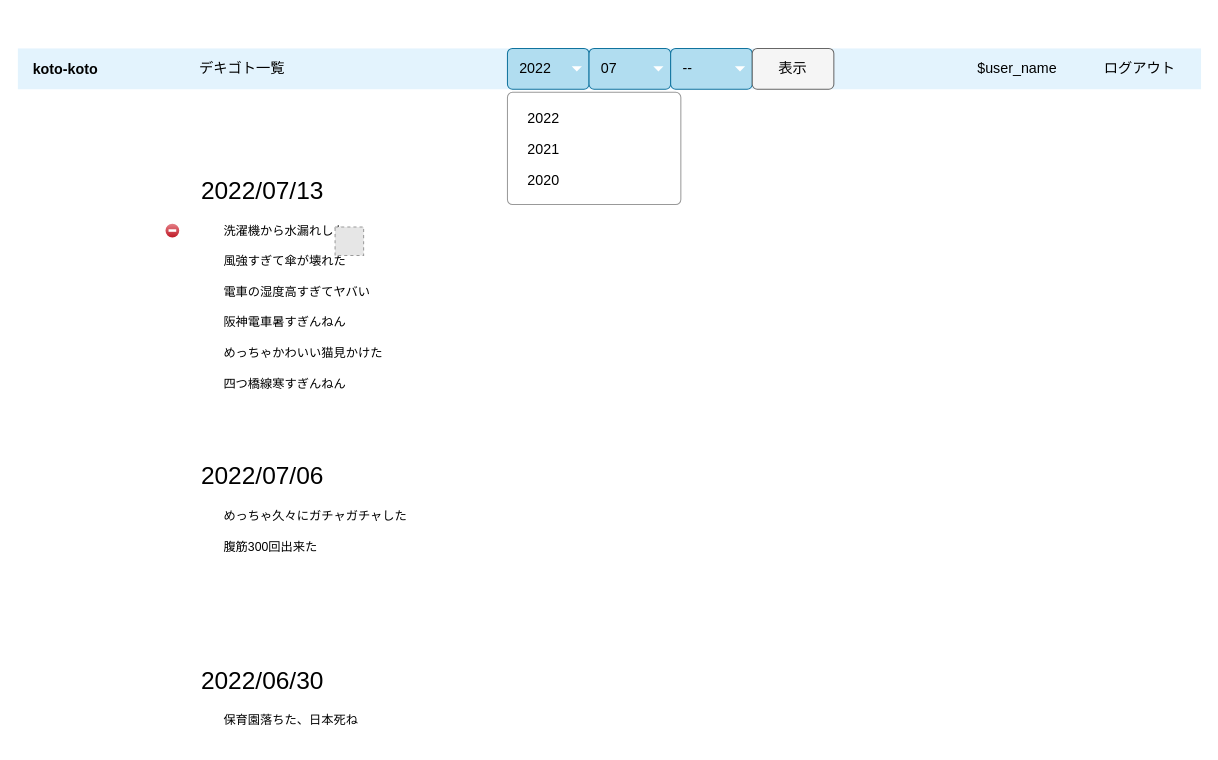
Before: page "デキゴト一覧" (4 of 5) of 名称未設定ファイル.drawio in omoikanelulu/Three_good_things, a draw.io diagram. Source tidied: cells renumbered, new cells numbered last; positions are measured from the earlier drawing's top-left corner, leaving out a move shared by most shapes. Both pictures are drawn from the tidied source at 102%, with x=0, y=0 at pixel (17, 48). Pictures stored in the file or linked from it are replaced by grey dashed boxes.
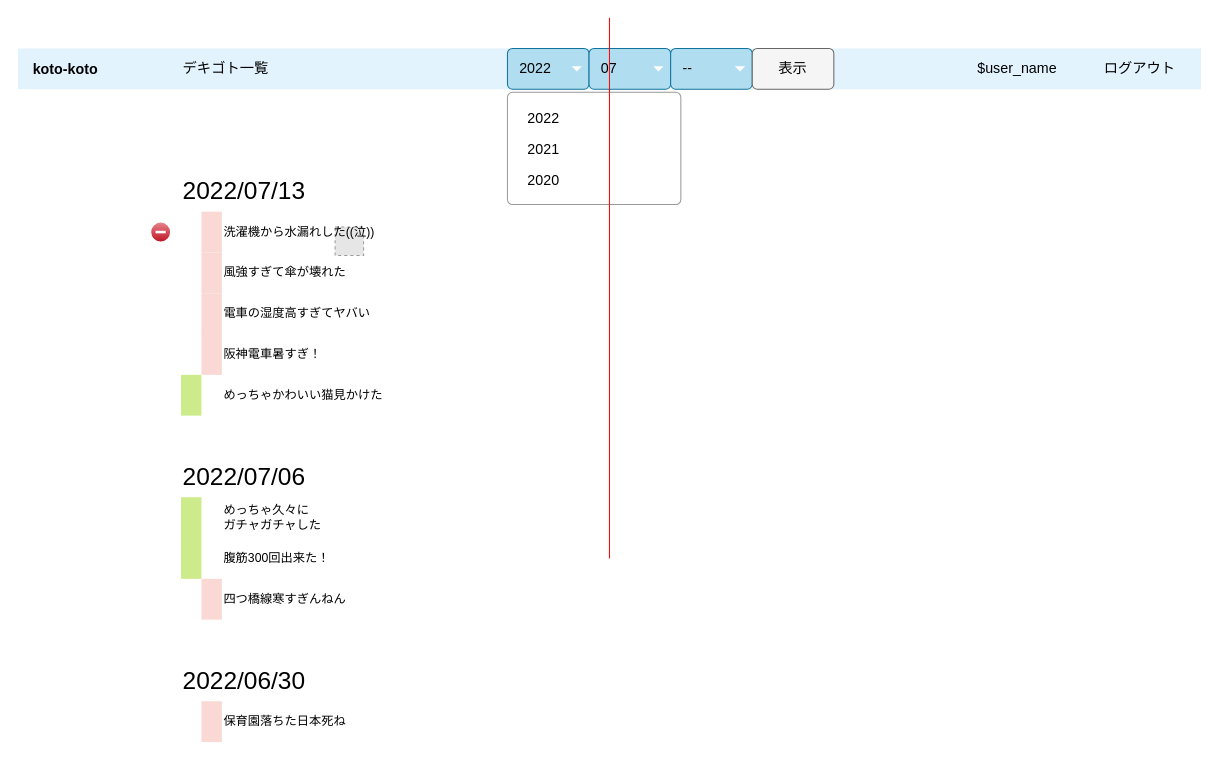
Above is the later version.

The edit, as a diff of the source:
```diff
@@
-    <mxCell id="3" value="&lt;span style=&quot;font-size: 24px;&quot;&gt;2022/07/13&lt;br&gt;&lt;/span&gt;" style="text;html=1;strokeColor=none;fillColor=none;align=center;verticalAlign=middle;whiteSpace=wrap;rounded=0;fontColor=default;" parent="1" vertex="1">
+    <mxCell id="3" value="&lt;span style=&quot;font-size: 24px;&quot;&gt;2022/07/13&lt;br&gt;&lt;/span&gt;" style="text;html=1;strokeColor=none;fillColor=none;align=left;verticalAlign=middle;whiteSpace=wrap;rounded=0;fontColor=default;" parent="1" vertex="1">
       <mxGeometry x="160" y="120" width="160" height="40" as="geometry" />
     </mxCell>
-    <mxCell id="4" value="&lt;span style=&quot;font-size: 24px;&quot;&gt;2022/07/06&lt;br&gt;&lt;/span&gt;" style="text;html=1;strokeColor=none;fillColor=none;align=center;verticalAlign=middle;whiteSpace=wrap;rounded=0;fontColor=default;" parent="1" vertex="1">
+    <mxCell id="4" value="&lt;span style=&quot;font-size: 24px;&quot;&gt;2022/07/06&lt;br&gt;&lt;/span&gt;" style="text;html=1;strokeColor=none;fillColor=none;align=left;verticalAlign=middle;whiteSpace=wrap;rounded=0;fontColor=default;" parent="1" vertex="1">
       <mxGeometry x="160" y="400" width="160" height="40" as="geometry" />
     </mxCell>
-    <mxCell id="5" value="&lt;span style=&quot;font-size: 24px;&quot;&gt;2022/06/30&lt;br&gt;&lt;/span&gt;" style="text;html=1;strokeColor=none;fillColor=none;align=center;verticalAlign=middle;whiteSpace=wrap;rounded=0;fontColor=default;" parent="1" vertex="1">
+    <mxCell id="5" value="&lt;span style=&quot;font-size: 24px;&quot;&gt;2022/06/30&lt;br&gt;&lt;/span&gt;" style="text;html=1;strokeColor=none;fillColor=none;align=left;verticalAlign=middle;whiteSpace=wrap;rounded=0;fontColor=default;" parent="1" vertex="1">
       <mxGeometry x="160" y="600" width="160" height="40" as="geometry" />
     </mxCell>
-    <mxCell id="6" value="&lt;span style=&quot;font-size: 12px;&quot;&gt;洗濯機から水漏れした&lt;/span&gt;" style="text;html=1;strokeColor=none;fillColor=none;align=left;verticalAlign=middle;whiteSpace=wrap;rounded=0;fontSize=24;fontColor=default;imageVerticalAlign=middle;" parent="1" vertex="1">
-      <mxGeometry x="200" y="160" width="240" height="30" as="geometry" />
-    </mxCell>
-    <mxCell id="7" value="&lt;span style=&quot;font-size: 12px;&quot;&gt;腹筋300回出来た&lt;/span&gt;" style="text;html=1;strokeColor=none;fillColor=none;align=left;verticalAlign=middle;whiteSpace=wrap;rounded=0;fontSize=24;fontColor=default;" parent="1" vertex="1">
-      <mxGeometry x="200" y="470" width="240" height="30" as="geometry" />
-    </mxCell>
-    <mxCell id="8" value="&lt;span style=&quot;font-size: 12px;&quot;&gt;風強すぎて傘が壊れた&lt;/span&gt;" style="text;html=1;strokeColor=none;fillColor=none;align=left;verticalAlign=middle;whiteSpace=wrap;rounded=0;fontSize=24;fontColor=default;" parent="1" vertex="1">
-      <mxGeometry x="200" y="190" width="240" height="30" as="geometry" />
-    </mxCell>
-    <mxCell id="9" value="&lt;span style=&quot;font-size: 12px;&quot;&gt;電車の湿度高すぎてヤバい&lt;/span&gt;" style="text;html=1;strokeColor=none;fillColor=none;align=left;verticalAlign=middle;whiteSpace=wrap;rounded=0;fontSize=24;fontColor=default;" parent="1" vertex="1">
-      <mxGeometry x="200" y="220" width="240" height="30" as="geometry" />
-    </mxCell>
-    <mxCell id="10" value="&lt;span style=&quot;font-size: 12px;&quot;&gt;阪神電車暑すぎんねん&lt;/span&gt;" style="text;html=1;strokeColor=none;fillColor=none;align=left;verticalAlign=middle;whiteSpace=wrap;rounded=0;fontSize=24;fontColor=default;" parent="1" vertex="1">
-      <mxGeometry x="200" y="250" width="240" height="30" as="geometry" />
-    </mxCell>
-    <mxCell id="11" value="&lt;span style=&quot;font-size: 12px;&quot;&gt;めっちゃかわいい猫見かけた&lt;/span&gt;" style="text;html=1;strokeColor=none;fillColor=none;align=left;verticalAlign=middle;whiteSpace=wrap;rounded=0;fontSize=24;fontColor=default;" parent="1" vertex="1">
-      <mxGeometry x="200" y="280" width="240" height="30" as="geometry" />
-    </mxCell>
-    <mxCell id="12" value="&lt;span style=&quot;font-size: 12px;&quot;&gt;四つ橋線寒すぎんねん&lt;/span&gt;" style="text;html=1;strokeColor=none;fillColor=none;align=left;verticalAlign=middle;whiteSpace=wrap;rounded=0;fontSize=24;fontColor=default;" parent="1" vertex="1">
-      <mxGeometry x="200" y="310" width="240" height="30" as="geometry" />
-    </mxCell>
-    <mxCell id="13" value="&lt;span style=&quot;font-size: 12px;&quot;&gt;めっちゃ久々にガチャガチャした&lt;/span&gt;" style="text;html=1;strokeColor=none;fillColor=none;align=left;verticalAlign=middle;whiteSpace=wrap;rounded=0;fontSize=24;fontColor=default;" parent="1" vertex="1">
-      <mxGeometry x="200" y="440" width="240" height="30" as="geometry" />
-    </mxCell>
-    <mxCell id="14" value="&lt;span style=&quot;font-size: 12px;&quot;&gt;保育園落ちた、日本死ね&lt;/span&gt;" style="text;html=1;strokeColor=none;fillColor=none;align=left;verticalAlign=middle;whiteSpace=wrap;rounded=0;fontSize=24;fontColor=default;" parent="1" vertex="1">
-      <mxGeometry x="200" y="640" width="240" height="30" as="geometry" />
-    </mxCell>
@@
-    <mxCell id="27" value="デキゴト一覧" style="html=1;shadow=0;dashed=0;fillColor=none;strokeColor=none;shape=mxgraph.bootstrap.rect;fontColor=#000000;whiteSpace=wrap;fontSize=14;" parent="1" vertex="1">
+    <mxCell id="27" value="デキゴト一覧" style="html=1;shadow=0;dashed=0;fillColor=none;strokeColor=none;shape=mxgraph.bootstrap.rect;fontColor=#000000;whiteSpace=wrap;fontSize=14;align=left;" parent="1" vertex="1">
       <mxGeometry x="160" width="120" height="40" as="geometry" />
     </mxCell>
@@
     <mxCell id="29" style="verticalLabelPosition=bottom;verticalAlign=top;html=1;shadow=0;dashed=0;strokeWidth=1;shape=mxgraph.ios.iDeleteIcon;fillColor=#e8878E;fillColor2=#BD1421;strokeColor=#ffffff;sketch=0;" parent="1" vertex="1">
-      <mxGeometry x="144" y="171" width="15" height="15" as="geometry" />
+      <mxGeometry x="130" y="170" width="20" height="20" as="geometry" />
     </mxCell>
@@
+    <mxCell id="31" value="洗濯機から水漏れした((泣))" style="text;html=1;strokeColor=none;fillColor=none;align=left;verticalAlign=middle;whiteSpace=wrap;rounded=0;" parent="1" vertex="1">
+      <mxGeometry x="200" y="160" width="160" height="40" as="geometry" />
+    </mxCell>
+    <mxCell id="8" value="風強すぎて傘が壊れた" style="text;html=1;strokeColor=none;fillColor=none;align=left;verticalAlign=middle;whiteSpace=wrap;rounded=0;" parent="1" vertex="1">
+      <mxGeometry x="200" y="200" width="160" height="40" as="geometry" />
+    </mxCell>
+    <mxCell id="9" value="電車の湿度高すぎてヤバい" style="text;html=1;strokeColor=none;fillColor=none;align=left;verticalAlign=middle;whiteSpace=wrap;rounded=0;" parent="1" vertex="1">
+      <mxGeometry x="200" y="240" width="160" height="40" as="geometry" />
+    </mxCell>
+    <mxCell id="32" value="阪神電車暑すぎ！" style="text;html=1;strokeColor=none;fillColor=none;align=left;verticalAlign=middle;whiteSpace=wrap;rounded=0;" parent="1" vertex="1">
+      <mxGeometry x="200" y="280" width="160" height="40" as="geometry" />
+    </mxCell>
+    <mxCell id="11" value="めっちゃかわいい猫見かけた" style="text;html=1;strokeColor=none;fillColor=none;align=left;verticalAlign=middle;whiteSpace=wrap;rounded=0;" parent="1" vertex="1">
+      <mxGeometry x="200" y="320" width="160" height="40" as="geometry" />
+    </mxCell>
+    <mxCell id="12" value="四つ橋線寒すぎんねん" style="text;html=1;strokeColor=none;fillColor=none;align=left;verticalAlign=middle;whiteSpace=wrap;rounded=0;" parent="1" vertex="1">
+      <mxGeometry x="200" y="520" width="160" height="40" as="geometry" />
+    </mxCell>
+    <mxCell id="33" value="保育園落ちた日本死ね" style="text;html=1;strokeColor=none;fillColor=none;align=left;verticalAlign=middle;whiteSpace=wrap;rounded=0;" parent="1" vertex="1">
+      <mxGeometry x="200" y="640" width="160" height="40" as="geometry" />
+    </mxCell>
+    <mxCell id="34" value="めっちゃ久々に&lt;br&gt;ガチャガチャした" style="text;html=1;strokeColor=none;fillColor=none;align=left;verticalAlign=middle;whiteSpace=wrap;rounded=0;" parent="1" vertex="1">
+      <mxGeometry x="200" y="440" width="160" height="40" as="geometry" />
+    </mxCell>
+    <mxCell id="35" value="腹筋300回出来た！" style="text;html=1;strokeColor=none;fillColor=none;align=left;verticalAlign=middle;whiteSpace=wrap;rounded=0;" parent="1" vertex="1">
+      <mxGeometry x="200" y="480" width="160" height="40" as="geometry" />
+    </mxCell>
+    <mxCell id="36" style="endArrow=none;html=1;rounded=0;strokeColor=#FF0000;" parent="1" edge="1">
+      <mxGeometry relative="1" as="geometry">
+        <mxPoint x="580" y="500" as="sourcePoint" />
+        <mxPoint x="580" y="-30" as="targetPoint" />
+      </mxGeometry>
+    </mxCell>
+    <mxCell id="37" style="text;html=1;strokeColor=none;fillColor=#cdeb8b;align=center;verticalAlign=middle;whiteSpace=wrap;rounded=0;" parent="1" vertex="1">
+      <mxGeometry x="160" y="320" width="20" height="40" as="geometry" />
+    </mxCell>
+    <mxCell id="38" style="text;html=1;strokeColor=none;fillColor=#cdeb8b;align=center;verticalAlign=middle;whiteSpace=wrap;rounded=0;" parent="1" vertex="1">
+      <mxGeometry x="160" y="480" width="20" height="40" as="geometry" />
+    </mxCell>
+    <mxCell id="39" style="text;html=1;strokeColor=none;fillColor=#cdeb8b;align=center;verticalAlign=middle;whiteSpace=wrap;rounded=0;" parent="1" vertex="1">
+      <mxGeometry x="160" y="440" width="20" height="40" as="geometry" />
+    </mxCell>
+    <mxCell id="40" style="text;html=1;strokeColor=none;fillColor=#fad9d5;align=center;verticalAlign=middle;whiteSpace=wrap;rounded=0;" parent="1" vertex="1">
+      <mxGeometry x="180" y="200" width="20" height="40" as="geometry" />
+    </mxCell>
+    <mxCell id="41" style="text;html=1;strokeColor=none;fillColor=#fad9d5;align=center;verticalAlign=middle;whiteSpace=wrap;rounded=0;" parent="1" vertex="1">
+      <mxGeometry x="180" y="160" width="20" height="40" as="geometry" />
+    </mxCell>
+    <mxCell id="42" style="text;html=1;strokeColor=none;fillColor=#fad9d5;align=center;verticalAlign=middle;whiteSpace=wrap;rounded=0;" parent="1" vertex="1">
+      <mxGeometry x="180" y="240" width="20" height="40" as="geometry" />
+    </mxCell>
+    <mxCell id="43" style="text;html=1;strokeColor=none;fillColor=#fad9d5;align=center;verticalAlign=middle;whiteSpace=wrap;rounded=0;" parent="1" vertex="1">
+      <mxGeometry x="180" y="280" width="20" height="40" as="geometry" />
+    </mxCell>
+    <mxCell id="44" style="text;html=1;strokeColor=none;fillColor=#fad9d5;align=center;verticalAlign=middle;whiteSpace=wrap;rounded=0;" parent="1" vertex="1">
+      <mxGeometry x="180" y="520" width="20" height="40" as="geometry" />
+    </mxCell>
+    <mxCell id="45" style="text;html=1;strokeColor=none;fillColor=#fad9d5;align=center;verticalAlign=middle;whiteSpace=wrap;rounded=0;" parent="1" vertex="1">
+      <mxGeometry x="180" y="640" width="20" height="40" as="geometry" />
+    </mxCell>
```
